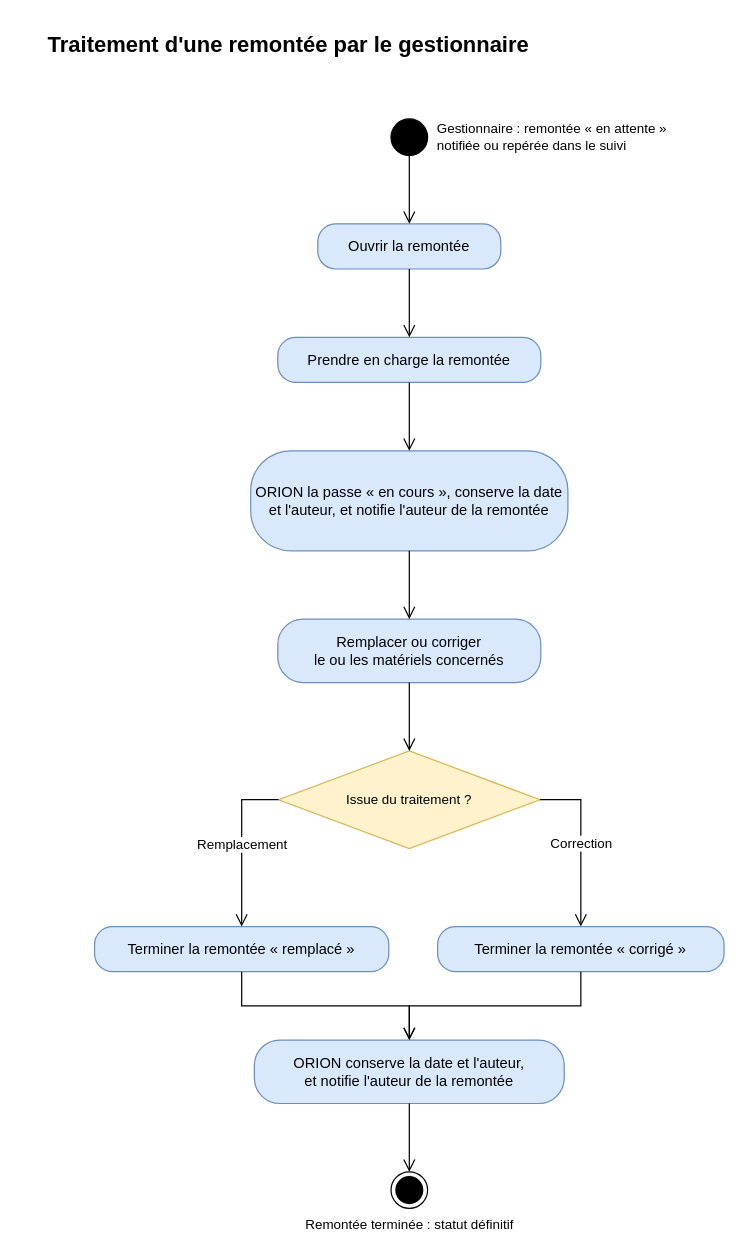
Above: page "Traitement d'une remontée" (4 of 10) of docs/02-ANALYSE/01-MODELISATION-METIER/02-DIAGRAMMES-ACTIVITE.drawio in bpierrelouis/aster (draw.io), before the change. Source tidied: cells renumbered, new cells numbered last; positions are measured from the earlier drawing's top-left corner, leaving out a move shared by most shapes. Both pictures are drawn from the tidied source at 122%, with x=0, y=0 at pixel (45, 27).
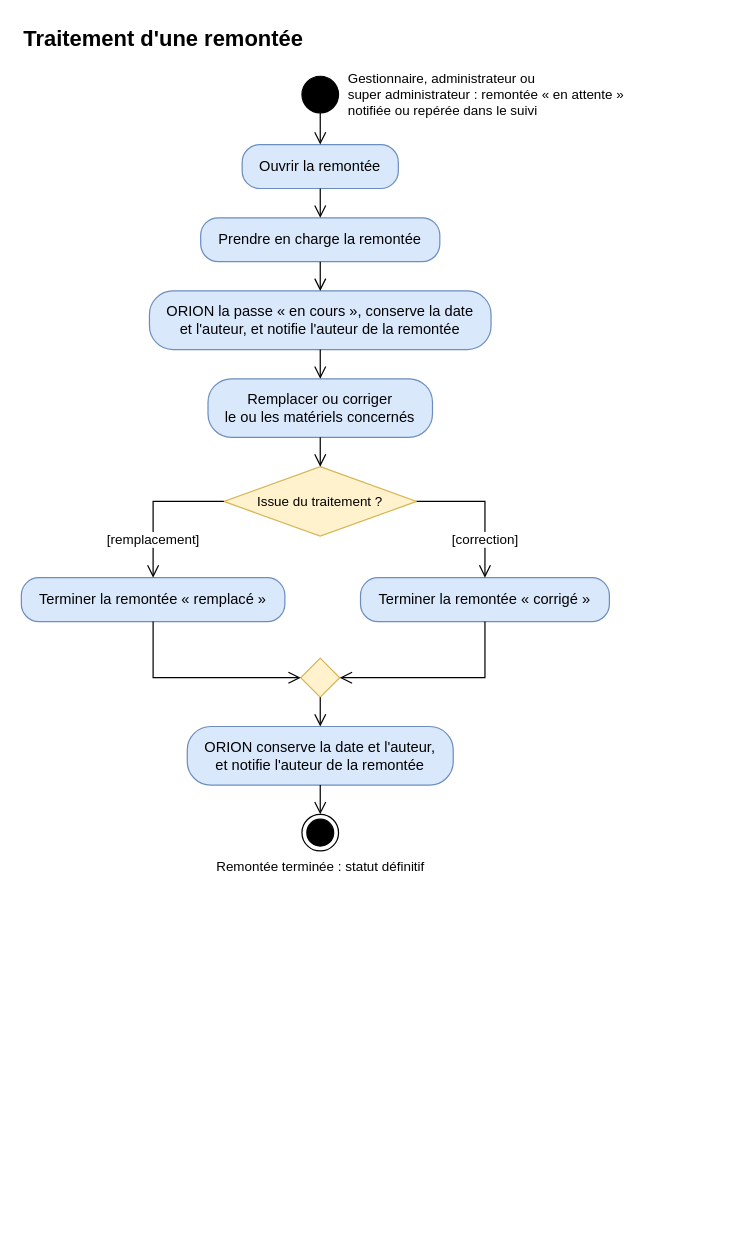
The same page after the edit.

Diff of the diagram source:
```diff
@@
-    <mxCell id="2" value="Traitement d&amp;#x27;une remontée par le gestionnaire" style="text;html=1;align=left;verticalAlign=middle;strokeColor=none;fillColor=none;fontSize=18;fontStyle=1;" parent="1" vertex="1">
-      <mxGeometry width="500" height="30" as="geometry" />
+    <mxCell id="2" value="Traitement d'une remontée" style="text;html=1;align=left;verticalAlign=middle;strokeColor=none;fillColor=none;fontSize=18;fontStyle=1;" parent="1" vertex="1">
+      <mxGeometry x="-20" y="-5" width="226" height="30" as="geometry" />
     </mxCell>
-    <mxCell id="3" value="Gestionnaire : remontée « en attente »&lt;br&gt;notifiée ou repérée dans le suivi" style="ellipse;html=1;fillColor=#000000;strokeColor=#000000;fontSize=11;labelPosition=right;verticalLabelPosition=middle;align=left;verticalAlign=middle;spacingLeft=6;" parent="1" vertex="1">
-      <mxGeometry x="283" y="75" width="30" height="30" as="geometry" />
+    <mxCell id="3" value="Gestionnaire, administrateur ou&lt;br&gt;super administrateur : remontée « en attente »&lt;br&gt;notifiée ou repérée dans le suivi" style="ellipse;html=1;fillColor=#000000;strokeColor=#000000;fontSize=11;labelPosition=right;verticalLabelPosition=middle;align=left;verticalAlign=middle;spacingLeft=6;" parent="1" vertex="1">
+      <mxGeometry x="210" y="40" width="30" height="30" as="geometry" />
     </mxCell>
     <mxCell id="4" value="Ouvrir la remontée" style="rounded=1;arcSize=40;whiteSpace=wrap;html=1;fontSize=12;fillColor=#dae8fc;strokeColor=#6c8ebf;" parent="1" vertex="1">
-      <mxGeometry x="223" y="161" width="150" height="37" as="geometry" />
+      <mxGeometry x="161" y="96" width="128" height="36" as="geometry" />
     </mxCell>
     <mxCell id="5" value="Prendre en charge la remontée" style="rounded=1;arcSize=40;whiteSpace=wrap;html=1;fontSize=12;fillColor=#dae8fc;strokeColor=#6c8ebf;" parent="1" vertex="1">
-      <mxGeometry x="190.2" y="254" width="215.6" height="37" as="geometry" />
+      <mxGeometry x="127" y="156" width="196" height="36" as="geometry" />
     </mxCell>
     <mxCell id="6" value="ORION la passe « en cours », conserve la date&lt;br&gt;et l'auteur, et notifie l'auteur de la remontée" style="rounded=1;arcSize=40;whiteSpace=wrap;html=1;fontSize=12;fillColor=#dae8fc;strokeColor=#6c8ebf;" parent="1" vertex="1">
-      <mxGeometry x="168" y="347" width="260" height="82" as="geometry" />
+      <mxGeometry x="85" y="216" width="280" height="48" as="geometry" />
     </mxCell>
     <mxCell id="7" value="Remplacer ou corriger&lt;br&gt;le ou les matériels concernés" style="rounded=1;arcSize=40;whiteSpace=wrap;html=1;fontSize=12;fillColor=#dae8fc;strokeColor=#6c8ebf;" parent="1" vertex="1">
-      <mxGeometry x="190.2" y="485" width="215.6" height="52" as="geometry" />
+      <mxGeometry x="133" y="288" width="184" height="48" as="geometry" />
     </mxCell>
     <mxCell id="8" value="Issue du traitement ?" style="rhombus;whiteSpace=wrap;html=1;fontSize=11;fillColor=#fff2cc;strokeColor=#d6b656;" parent="1" vertex="1">
-      <mxGeometry x="190.8" y="593" width="214.4" height="80" as="geometry" />
+      <mxGeometry x="146" y="360" width="158" height="57" as="geometry" />
     </mxCell>
     <mxCell id="9" value="Terminer la remontée « remplacé »" style="rounded=1;arcSize=40;whiteSpace=wrap;html=1;fontSize=12;fillColor=#dae8fc;strokeColor=#6c8ebf;" parent="1" vertex="1">
-      <mxGeometry x="40" y="737" width="241.2" height="37" as="geometry" />
+      <mxGeometry x="-20" y="451" width="216" height="36" as="geometry" />
     </mxCell>
     <mxCell id="10" value="Terminer la remontée « corrigé »" style="rounded=1;arcSize=40;whiteSpace=wrap;html=1;fontSize=12;fillColor=#dae8fc;strokeColor=#6c8ebf;" parent="1" vertex="1">
-      <mxGeometry x="321.2" y="737" width="234.8" height="37" as="geometry" />
+      <mxGeometry x="258" y="451" width="204" height="36" as="geometry" />
     </mxCell>
+    <mxCell id="23" style="rhombus;whiteSpace=wrap;html=1;fontSize=11;fillColor=#fff2cc;strokeColor=#d6b656;" parent="1" vertex="1">
+      <mxGeometry x="209" y="517" width="32" height="32" as="geometry" />
+    </mxCell>
     <mxCell id="11" value="ORION conserve la date et l'auteur,&lt;br&gt;et notifie l'auteur de la remontée" style="rounded=1;arcSize=40;whiteSpace=wrap;html=1;fontSize=12;fillColor=#dae8fc;strokeColor=#6c8ebf;" parent="1" vertex="1">
-      <mxGeometry x="171" y="830" width="254" height="52" as="geometry" />
+      <mxGeometry x="116" y="573" width="218" height="48" as="geometry" />
     </mxCell>
     <mxCell id="12" value="Remontée terminée : statut définitif" style="ellipse;html=1;shape=endState;fillColor=#000000;strokeColor=#000000;verticalLabelPosition=bottom;verticalAlign=top;fontSize=11;" parent="1" vertex="1">
-      <mxGeometry x="283" y="938" width="30" height="30" as="geometry" />
+      <mxGeometry x="210" y="645" width="30" height="30" as="geometry" />
     </mxCell>
@@
-    <mxCell id="18" value="Remplacement" style="edgeStyle=orthogonalEdgeStyle;endArrow=open;endSize=8;html=1;rounded=0;fontSize=11;labelBackgroundColor=#ffffff;exitX=0;exitY=0.5;exitDx=0;exitDy=0;entryX=0.5;entryY=0;entryDx=0;entryDy=0;" parent="1" edge="1" source="8" target="9">
-      <mxGeometry relative="1" as="geometry" />
+    <mxCell id="18" value="[remplacement]" style="edgeStyle=orthogonalEdgeStyle;endArrow=open;endSize=8;html=1;rounded=0;fontSize=11;labelBackgroundColor=#ffffff;exitX=0;exitY=0.5;exitDx=0;exitDy=0;entryX=0.5;entryY=0;entryDx=0;entryDy=0;" parent="1" edge="1" source="8" target="9">
+      <mxGeometry x="0.48" relative="1" as="geometry">
+        <Array as="points">
+          <mxPoint x="88" y="388.5" />
+        </Array>
+      </mxGeometry>
     </mxCell>
-    <mxCell id="19" value="Correction" style="edgeStyle=orthogonalEdgeStyle;endArrow=open;endSize=8;html=1;rounded=0;fontSize=11;labelBackgroundColor=#ffffff;exitX=1;exitY=0.5;exitDx=0;exitDy=0;entryX=0.5;entryY=0;entryDx=0;entryDy=0;" parent="1" edge="1" source="8" target="10">
-      <mxGeometry relative="1" as="geometry" />
+    <mxCell id="19" value="[correction]" style="edgeStyle=orthogonalEdgeStyle;endArrow=open;endSize=8;html=1;rounded=0;fontSize=11;labelBackgroundColor=#ffffff;exitX=1;exitY=0.5;exitDx=0;exitDy=0;entryX=0.5;entryY=0;entryDx=0;entryDy=0;" parent="1" edge="1" source="8" target="10">
+      <mxGeometry x="0.47" relative="1" as="geometry">
+        <Array as="points">
+          <mxPoint x="360" y="388.5" />
+        </Array>
+      </mxGeometry>
     </mxCell>
-    <mxCell id="20" style="edgeStyle=orthogonalEdgeStyle;endArrow=open;endSize=8;html=1;rounded=0;fontSize=11;labelBackgroundColor=#ffffff;exitX=0.5;exitY=1;exitDx=0;exitDy=0;entryX=0.5;entryY=0;entryDx=0;entryDy=0;" parent="1" edge="1" source="9" target="11">
-      <mxGeometry relative="1" as="geometry" />
+    <mxCell id="20" style="edgeStyle=orthogonalEdgeStyle;endArrow=open;endSize=8;html=1;rounded=0;fontSize=11;labelBackgroundColor=#ffffff;exitX=0.5;exitY=1;exitDx=0;exitDy=0;entryX=0;entryY=0.5;entryDx=0;entryDy=0;" parent="1" edge="1" source="9" target="23">
+      <mxGeometry relative="1" as="geometry">
+        <Array as="points">
+          <mxPoint x="88" y="533" />
+        </Array>
+      </mxGeometry>
     </mxCell>
-    <mxCell id="21" style="edgeStyle=orthogonalEdgeStyle;endArrow=open;endSize=8;html=1;rounded=0;fontSize=11;labelBackgroundColor=#ffffff;exitX=0.5;exitY=1;exitDx=0;exitDy=0;entryX=0.5;entryY=0;entryDx=0;entryDy=0;" parent="1" edge="1" source="10" target="11">
-      <mxGeometry relative="1" as="geometry" />
+    <mxCell id="21" style="edgeStyle=orthogonalEdgeStyle;endArrow=open;endSize=8;html=1;rounded=0;fontSize=11;labelBackgroundColor=#ffffff;exitX=0.5;exitY=1;exitDx=0;exitDy=0;entryX=1;entryY=0.5;entryDx=0;entryDy=0;" parent="1" edge="1" source="10" target="23">
+      <mxGeometry relative="1" as="geometry">
+        <Array as="points">
+          <mxPoint x="360" y="533" />
+        </Array>
+      </mxGeometry>
     </mxCell>
-    <mxCell id="22" style="edgeStyle=orthogonalEdgeStyle;endArrow=open;endSize=8;html=1;rounded=0;fontSize=11;labelBackgroundColor=#ffffff;exitX=0.5;exitY=1;exitDx=0;exitDy=0;entryX=0.5;entryY=0;entryDx=0;entryDy=0;" parent="1" edge="1" source="11" target="12">
+    <mxCell id="22" style="edgeStyle=orthogonalEdgeStyle;endArrow=open;endSize=8;html=1;rounded=0;fontSize=11;labelBackgroundColor=#ffffff;exitX=0.5;exitY=1;exitDx=0;exitDy=0;entryX=0.5;entryY=0;entryDx=0;entryDy=0;" parent="1" edge="1" source="23" target="11">
       <mxGeometry relative="1" as="geometry" />
     </mxCell>
+    <mxCell id="24" style="edgeStyle=orthogonalEdgeStyle;endArrow=open;endSize=8;html=1;rounded=0;fontSize=11;labelBackgroundColor=#ffffff;exitX=0.5;exitY=1;exitDx=0;exitDy=0;entryX=0.5;entryY=0;entryDx=0;entryDy=0;" parent="1" edge="1" source="11" target="12">
+      <mxGeometry relative="1" as="geometry" />
+    </mxCell>
```
